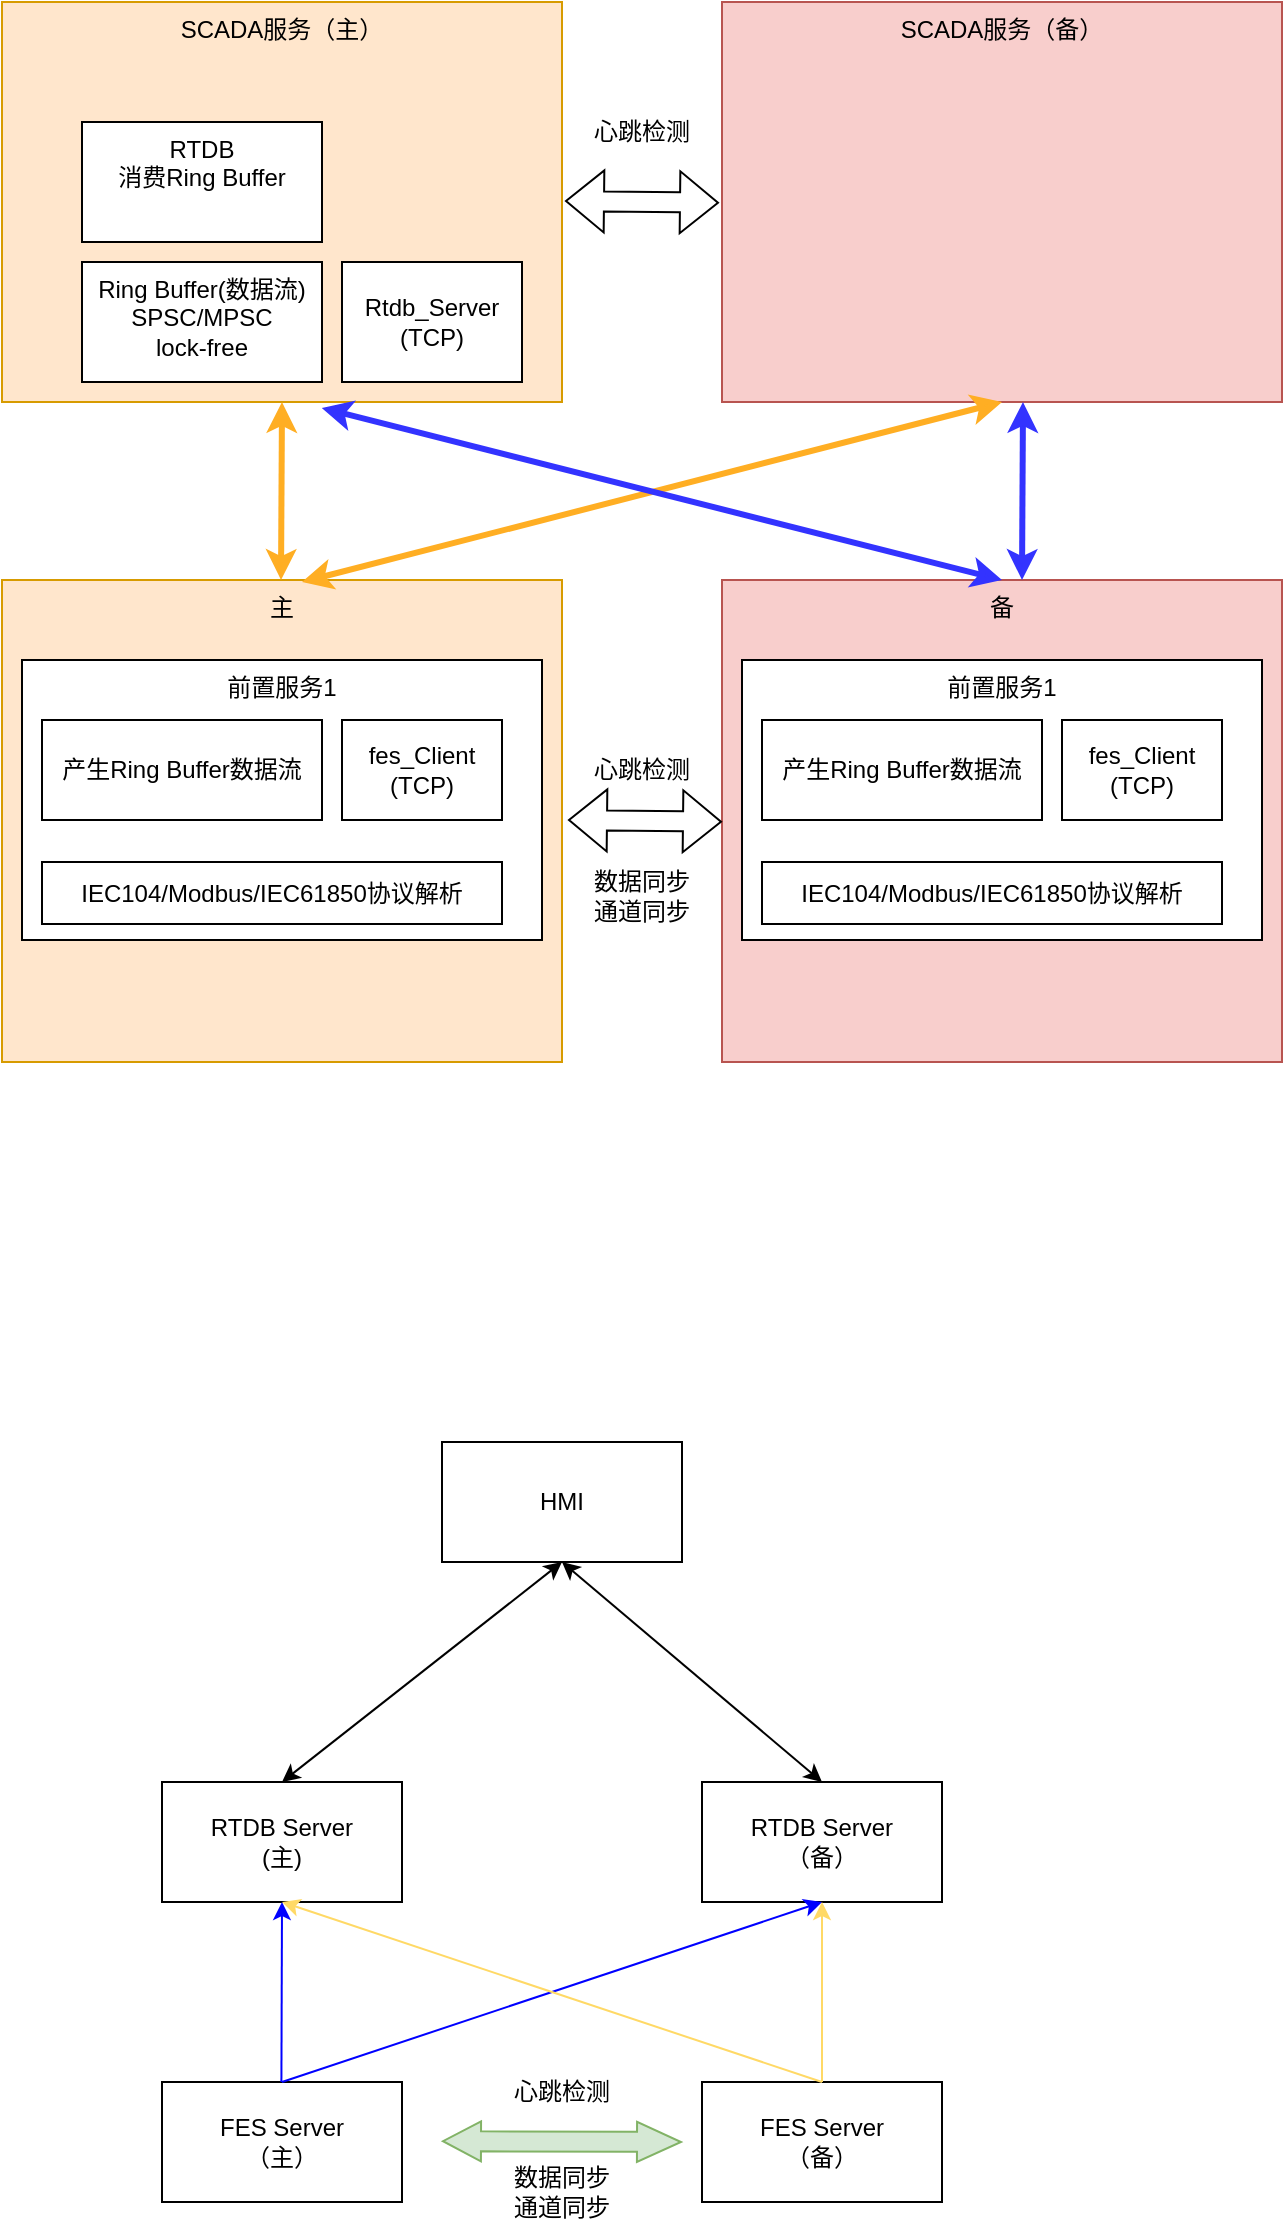
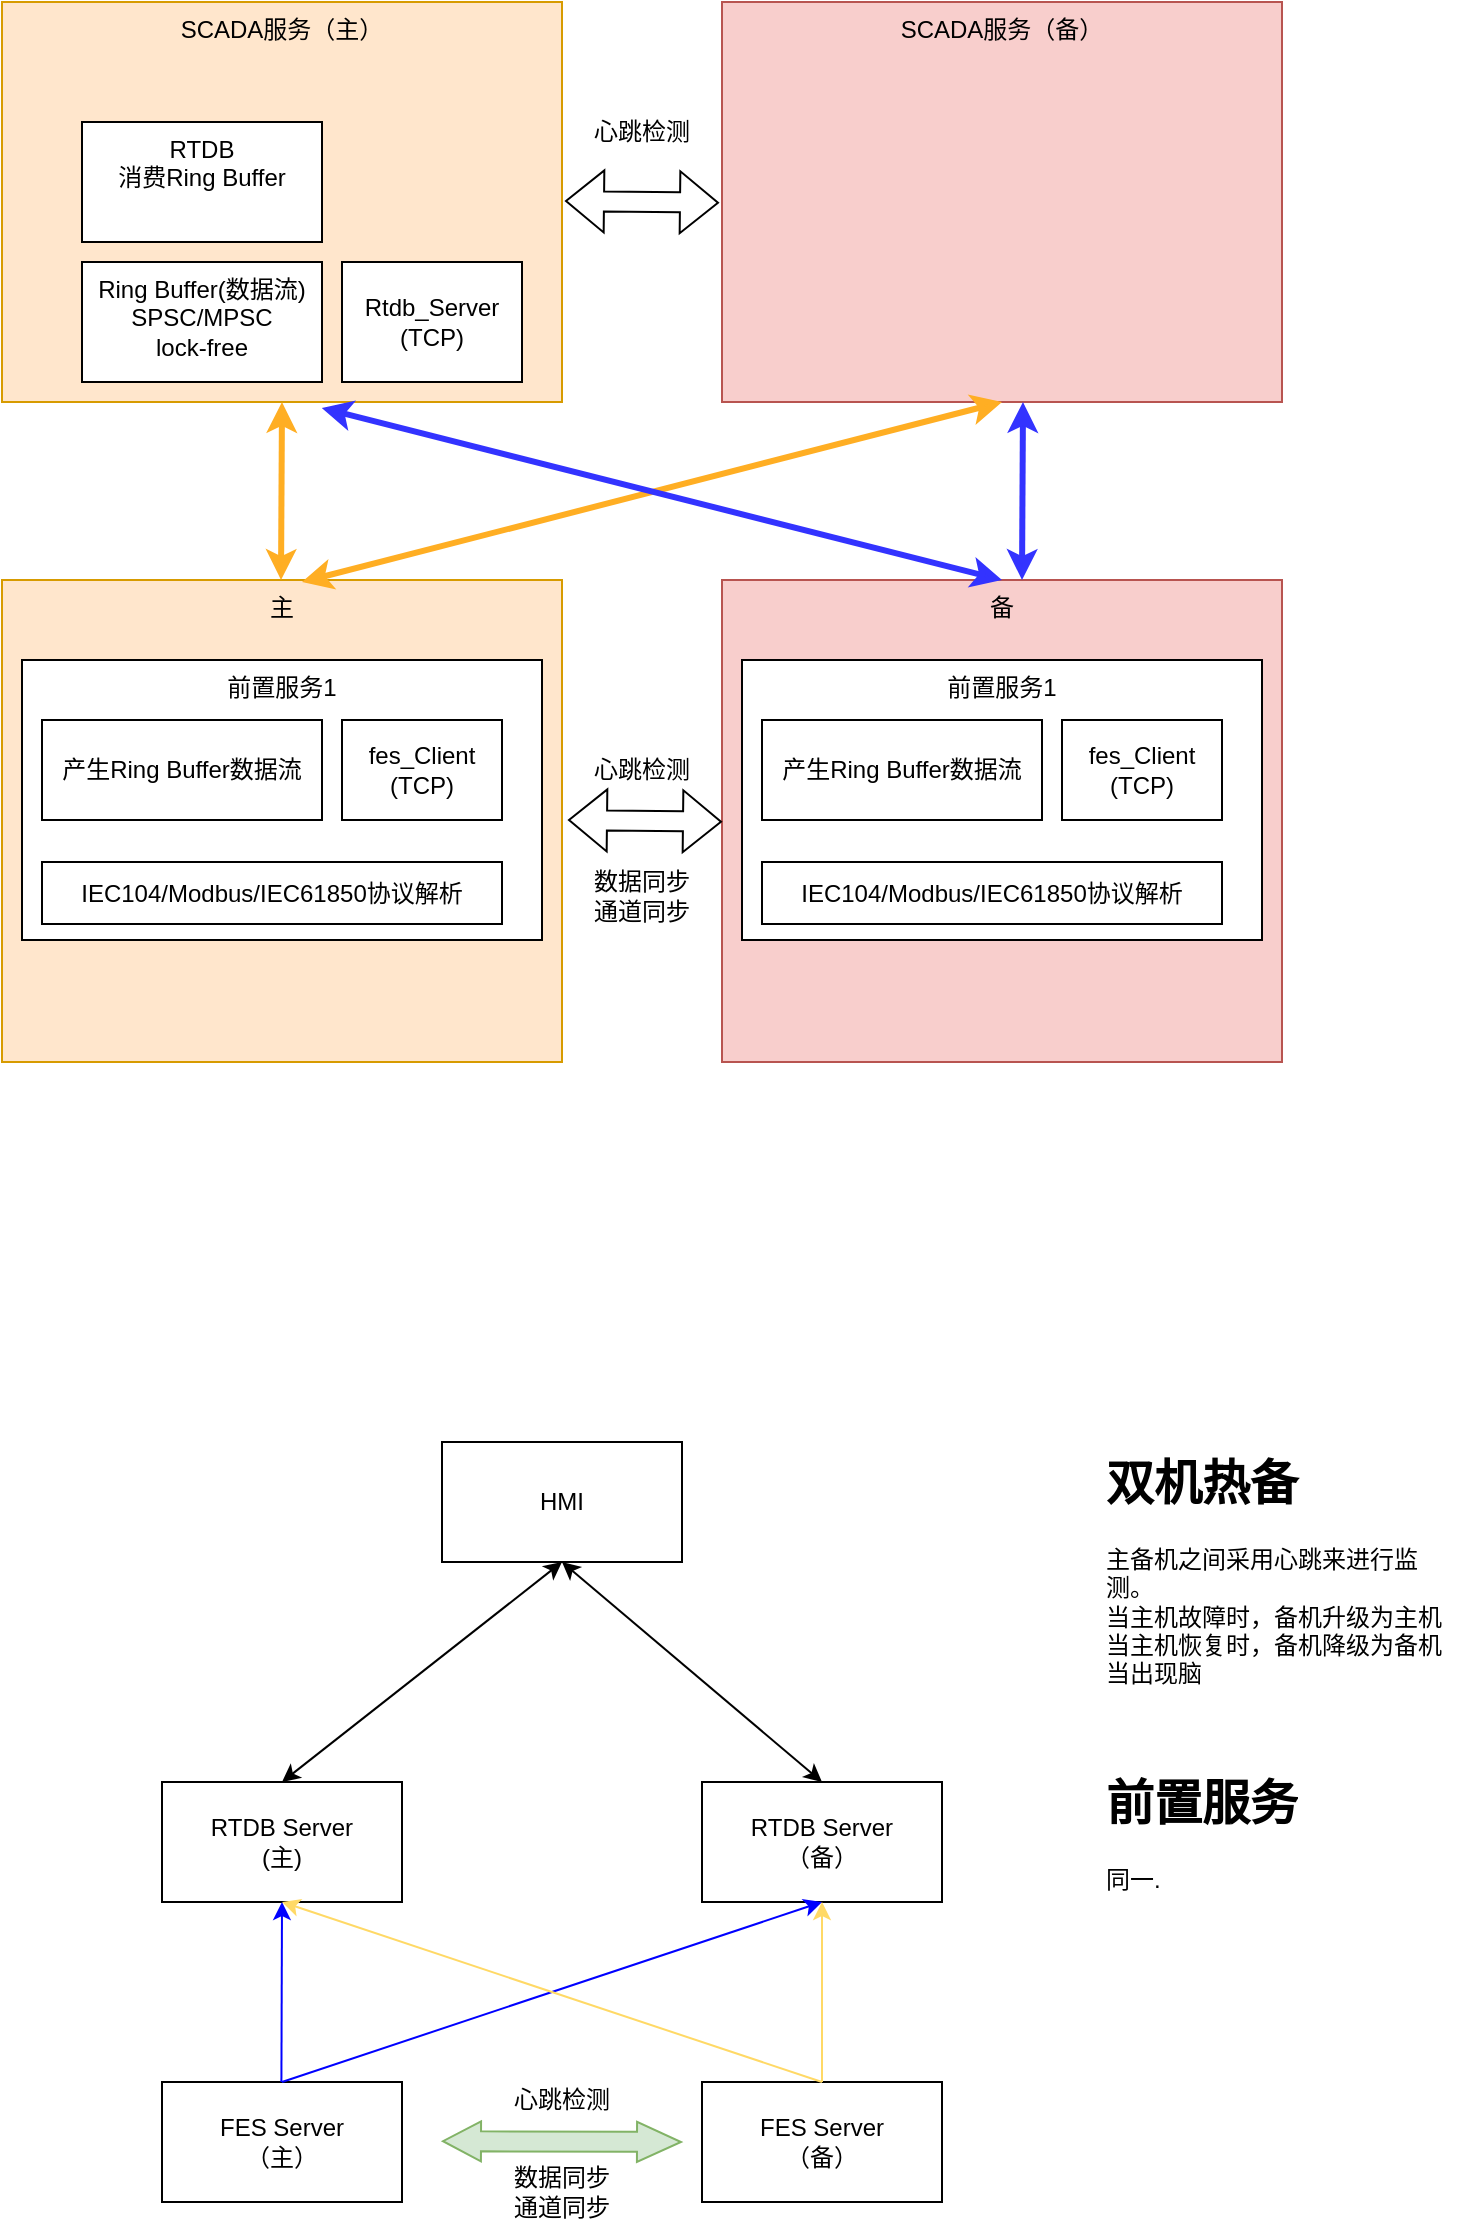
<mxfile host="app.diagrams.net">
  <diagram name="第 1 页" id="B8DYWfWQNEIOsyKvfK1-">
    <mxGraphModel dx="1230" dy="684" grid="1" gridSize="10" guides="1" tooltips="1" connect="1" arrows="1" fold="1" page="1" pageScale="1" pageWidth="827" pageHeight="1169" math="0" shadow="0">
      <root>
        <mxCell id="0" />
        <mxCell id="1" parent="0" />
        <mxCell id="kAXPQYTb_9ZiN3N-kw4B-1" parent="1" style="rounded=0;whiteSpace=wrap;html=1;verticalAlign=top;fillColor=#ffe6cc;strokeColor=#d79b00;" value="SCADA服务（主）" vertex="1">
          <mxGeometry height="200" width="280" x="50" y="200" as="geometry" />
        </mxCell>
        <mxCell id="kAXPQYTb_9ZiN3N-kw4B-2" parent="1" style="rounded=0;whiteSpace=wrap;html=1;verticalAlign=top;fillColor=#ffe6cc;strokeColor=#d79b00;" value="主" vertex="1">
          <mxGeometry height="241" width="280" x="50" y="489" as="geometry" />
        </mxCell>
        <mxCell id="kAXPQYTb_9ZiN3N-kw4B-4" parent="1" style="rounded=0;whiteSpace=wrap;html=1;verticalAlign=top;fillColor=#f8cecc;strokeColor=#b85450;" value="SCADA服务（备）" vertex="1">
          <mxGeometry height="200" width="280" x="410" y="200" as="geometry" />
        </mxCell>
        <mxCell id="kAXPQYTb_9ZiN3N-kw4B-5" parent="1" style="rounded=0;whiteSpace=wrap;html=1;verticalAlign=top;align=center;" value="前置服务1" vertex="1">
          <mxGeometry height="140" width="260" x="60" y="529" as="geometry" />
        </mxCell>
        <mxCell id="kAXPQYTb_9ZiN3N-kw4B-9" parent="1" style="rounded=0;whiteSpace=wrap;html=1;verticalAlign=top;" value="Ring Buffer(数据流)&lt;div&gt;SPSC/MPSC&lt;/div&gt;&lt;div&gt;lock-free&lt;/div&gt;" vertex="1">
          <mxGeometry height="60" width="120" x="90" y="330" as="geometry" />
        </mxCell>
        <mxCell id="kAXPQYTb_9ZiN3N-kw4B-10" parent="1" style="rounded=0;whiteSpace=wrap;html=1;verticalAlign=top;" value="RTDB&lt;div&gt;消费Ring Buffer&lt;/div&gt;" vertex="1">
          <mxGeometry height="60" width="120" x="90" y="260" as="geometry" />
        </mxCell>
        <mxCell id="kAXPQYTb_9ZiN3N-kw4B-11" parent="1" style="rounded=0;whiteSpace=wrap;html=1;" value="产生Ring Buffer数据流" vertex="1">
          <mxGeometry height="50" width="140" x="70" y="559" as="geometry" />
        </mxCell>
        <mxCell id="kAXPQYTb_9ZiN3N-kw4B-12" edge="1" parent="1" style="endArrow=classic;startArrow=classic;html=1;rounded=0;entryX=0.5;entryY=1;entryDx=0;entryDy=0;strokeColor=#FFAE23;strokeWidth=3;" target="kAXPQYTb_9ZiN3N-kw4B-1" value="">
          <mxGeometry height="50" relative="1" width="50" as="geometry">
            <mxPoint x="189.5" y="489" as="sourcePoint" />
            <mxPoint x="189.5" y="423" as="targetPoint" />
          </mxGeometry>
        </mxCell>
        <mxCell id="kAXPQYTb_9ZiN3N-kw4B-13" parent="1" style="rounded=0;whiteSpace=wrap;html=1;" value="fes_Client&lt;div&gt;(TCP)&lt;/div&gt;" vertex="1">
          <mxGeometry height="50" width="80" x="220" y="559" as="geometry" />
        </mxCell>
        <mxCell id="kAXPQYTb_9ZiN3N-kw4B-15" parent="1" style="rounded=0;whiteSpace=wrap;html=1;" value="Rtdb_Server&lt;div&gt;(TCP)&lt;/div&gt;" vertex="1">
          <mxGeometry height="60" width="90" x="220" y="330" as="geometry" />
        </mxCell>
        <mxCell id="kAXPQYTb_9ZiN3N-kw4B-16" edge="1" parent="1" style="endArrow=classic;startArrow=classic;html=1;rounded=0;entryX=0.5;entryY=1;entryDx=0;entryDy=0;strokeColor=#FFAE23;strokeWidth=3;" target="kAXPQYTb_9ZiN3N-kw4B-4" value="">
          <mxGeometry height="50" relative="1" width="50" as="geometry">
            <mxPoint x="200" y="490" as="sourcePoint" />
            <mxPoint x="219" y="423" as="targetPoint" />
          </mxGeometry>
        </mxCell>
        <mxCell id="kAXPQYTb_9ZiN3N-kw4B-17" parent="1" style="rounded=0;whiteSpace=wrap;html=1;verticalAlign=top;fillColor=#f8cecc;strokeColor=#b85450;" value="备" vertex="1">
          <mxGeometry height="241" width="280" x="410" y="489" as="geometry" />
        </mxCell>
        <mxCell id="kAXPQYTb_9ZiN3N-kw4B-18" parent="1" style="rounded=0;whiteSpace=wrap;html=1;verticalAlign=top;align=center;" value="前置服务1" vertex="1">
          <mxGeometry height="140" width="260" x="420" y="529" as="geometry" />
        </mxCell>
        <mxCell id="kAXPQYTb_9ZiN3N-kw4B-20" parent="1" style="rounded=0;whiteSpace=wrap;html=1;" value="产生Ring Buffer数据流" vertex="1">
          <mxGeometry height="50" width="140" x="430" y="559" as="geometry" />
        </mxCell>
        <mxCell id="kAXPQYTb_9ZiN3N-kw4B-21" parent="1" style="rounded=0;whiteSpace=wrap;html=1;" value="fes_Client&lt;div&gt;(TCP)&lt;/div&gt;" vertex="1">
          <mxGeometry height="50" width="80" x="580" y="559" as="geometry" />
        </mxCell>
        <mxCell id="kAXPQYTb_9ZiN3N-kw4B-22" edge="1" parent="1" style="endArrow=classic;startArrow=classic;html=1;rounded=0;entryX=0.5;entryY=1;entryDx=0;entryDy=0;strokeColor=#3333FF;strokeWidth=3;" value="">
          <mxGeometry height="50" relative="1" width="50" as="geometry">
            <mxPoint x="560" y="489" as="sourcePoint" />
            <mxPoint x="560.5" y="400" as="targetPoint" />
          </mxGeometry>
        </mxCell>
        <mxCell id="kAXPQYTb_9ZiN3N-kw4B-23" edge="1" parent="1" source="kAXPQYTb_9ZiN3N-kw4B-17" style="endArrow=classic;startArrow=classic;html=1;rounded=0;entryX=0.571;entryY=1.015;entryDx=0;entryDy=0;entryPerimeter=0;strokeWidth=3;strokeColor=#3333FF;exitX=0.5;exitY=0;exitDx=0;exitDy=0;" target="kAXPQYTb_9ZiN3N-kw4B-1" value="">
          <mxGeometry height="50" relative="1" width="50" as="geometry">
            <mxPoint x="550" y="480" as="sourcePoint" />
            <mxPoint x="590" y="439" as="targetPoint" />
          </mxGeometry>
        </mxCell>
        <mxCell id="kAXPQYTb_9ZiN3N-kw4B-25" edge="1" parent="1" style="shape=flexArrow;endArrow=classic;startArrow=classic;html=1;rounded=0;entryX=0.025;entryY=0.556;entryDx=0;entryDy=0;entryPerimeter=0;" value="">
          <mxGeometry height="100" relative="1" width="100" as="geometry">
            <mxPoint x="333" y="609" as="sourcePoint" />
            <mxPoint x="410" y="609.836" as="targetPoint" />
          </mxGeometry>
        </mxCell>
        <mxCell id="kAXPQYTb_9ZiN3N-kw4B-26" parent="1" style="text;html=1;whiteSpace=wrap;strokeColor=none;fillColor=none;align=center;verticalAlign=middle;rounded=0;" value="心跳检测" vertex="1">
          <mxGeometry height="30" width="60" x="340" y="569" as="geometry" />
        </mxCell>
        <mxCell id="kAXPQYTb_9ZiN3N-kw4B-31" parent="1" style="rounded=0;whiteSpace=wrap;html=1;" value="IEC104/Modbus/IEC61850协议解析" vertex="1">
          <mxGeometry height="31" width="230" x="70" y="630" as="geometry" />
        </mxCell>
        <mxCell id="kAXPQYTb_9ZiN3N-kw4B-32" parent="1" style="rounded=0;whiteSpace=wrap;html=1;" value="IEC104/Modbus/IEC61850协议解析" vertex="1">
          <mxGeometry height="31" width="230" x="430" y="630" as="geometry" />
        </mxCell>
        <mxCell id="kAXPQYTb_9ZiN3N-kw4B-33" edge="1" parent="1" style="shape=flexArrow;endArrow=classic;startArrow=classic;html=1;rounded=0;entryX=0.025;entryY=0.556;entryDx=0;entryDy=0;entryPerimeter=0;" value="">
          <mxGeometry height="100" relative="1" width="100" as="geometry">
            <mxPoint x="331.5" y="299.5" as="sourcePoint" />
            <mxPoint x="408.5" y="300.336" as="targetPoint" />
          </mxGeometry>
        </mxCell>
        <mxCell id="kAXPQYTb_9ZiN3N-kw4B-39" parent="1" style="text;html=1;whiteSpace=wrap;strokeColor=none;fillColor=none;align=center;verticalAlign=middle;rounded=0;" value="数据同步&lt;div&gt;通道同步&lt;/div&gt;" vertex="1">
          <mxGeometry height="30" width="60" x="340" y="632" as="geometry" />
        </mxCell>
        <mxCell id="3wZPl1CzNyx5cLSE645p-1" parent="1" style="text;html=1;whiteSpace=wrap;strokeColor=none;fillColor=none;align=center;verticalAlign=middle;rounded=0;" value="心跳检测" vertex="1">
          <mxGeometry height="30" width="60" x="340" y="250" as="geometry" />
        </mxCell>
        <mxCell id="3wZPl1CzNyx5cLSE645p-2" parent="1" style="rounded=0;whiteSpace=wrap;html=1;" value="HMI" vertex="1">
          <mxGeometry height="60" width="120" x="270" y="920" as="geometry" />
        </mxCell>
        <mxCell id="3wZPl1CzNyx5cLSE645p-3" parent="1" style="rounded=0;whiteSpace=wrap;html=1;" value="&lt;div&gt;RTDB Server&lt;/div&gt;(主)" vertex="1">
          <mxGeometry height="60" width="120" x="130" y="1090" as="geometry" />
        </mxCell>
        <mxCell id="3wZPl1CzNyx5cLSE645p-4" parent="1" style="rounded=0;whiteSpace=wrap;html=1;" value="&lt;div&gt;RTDB Server&lt;/div&gt;&lt;div&gt;（备）&lt;/div&gt;" vertex="1">
          <mxGeometry height="60" width="120" x="400" y="1090" as="geometry" />
        </mxCell>
        <mxCell id="3wZPl1CzNyx5cLSE645p-5" parent="1" style="rounded=0;whiteSpace=wrap;html=1;" value="&lt;div&gt;FES Server&lt;/div&gt;（主）" vertex="1">
          <mxGeometry height="60" width="120" x="130" y="1240" as="geometry" />
        </mxCell>
        <mxCell id="3wZPl1CzNyx5cLSE645p-6" parent="1" style="rounded=0;whiteSpace=wrap;html=1;" value="&lt;div&gt;FES Server&lt;/div&gt;&lt;div&gt;（备）&lt;/div&gt;" vertex="1">
          <mxGeometry height="60" width="120" x="400" y="1240" as="geometry" />
        </mxCell>
        <mxCell id="3wZPl1CzNyx5cLSE645p-7" edge="1" parent="1" style="shape=flexArrow;endArrow=classic;startArrow=classic;html=1;rounded=0;startWidth=9;startSize=6;endWidth=9;endSize=7;fillColor=#d5e8d4;strokeColor=#82b366;" value="">
          <mxGeometry height="100" relative="1" width="100" as="geometry">
            <mxPoint x="270" y="1269.57" as="sourcePoint" />
            <mxPoint x="390" y="1270" as="targetPoint" />
          </mxGeometry>
        </mxCell>
        <mxCell id="3wZPl1CzNyx5cLSE645p-8" parent="1" style="text;html=1;whiteSpace=wrap;strokeColor=none;fillColor=none;align=center;verticalAlign=middle;rounded=0;" value="心跳检测" vertex="1">
-           <mxGeometry height="30" width="60" x="300" y="1230" as="geometry" />
+           <mxGeometry height="30" width="60" x="300" y="1234" as="geometry" />
        </mxCell>
        <mxCell id="3wZPl1CzNyx5cLSE645p-9" parent="1" style="text;html=1;whiteSpace=wrap;strokeColor=none;fillColor=none;align=center;verticalAlign=middle;rounded=0;" value="数据同步&lt;div&gt;通道同步&lt;/div&gt;" vertex="1">
          <mxGeometry height="30" width="60" x="300" y="1280" as="geometry" />
        </mxCell>
        <mxCell id="3wZPl1CzNyx5cLSE645p-10" edge="1" parent="1" style="endArrow=classic;html=1;rounded=0;entryX=0.5;entryY=1;entryDx=0;entryDy=0;strokeColor=#0000FF;" target="3wZPl1CzNyx5cLSE645p-3" value="">
          <mxGeometry height="50" relative="1" width="50" as="geometry">
            <mxPoint x="189.7" y="1240" as="sourcePoint" />
            <mxPoint x="189.7" y="1180" as="targetPoint" />
          </mxGeometry>
        </mxCell>
        <mxCell id="3wZPl1CzNyx5cLSE645p-11" edge="1" parent="1" style="endArrow=classic;html=1;rounded=0;entryX=0.5;entryY=1;entryDx=0;entryDy=0;strokeColor=#0000FF;" target="3wZPl1CzNyx5cLSE645p-4" value="">
          <mxGeometry height="50" relative="1" width="50" as="geometry">
            <mxPoint x="190" y="1240" as="sourcePoint" />
            <mxPoint x="240" y="1190" as="targetPoint" />
          </mxGeometry>
        </mxCell>
        <mxCell id="3wZPl1CzNyx5cLSE645p-12" edge="1" parent="1" style="endArrow=classic;html=1;rounded=0;strokeColor=#FFD966;" value="">
          <mxGeometry height="50" relative="1" width="50" as="geometry">
            <mxPoint x="460" y="1240" as="sourcePoint" />
            <mxPoint x="460" y="1150" as="targetPoint" />
          </mxGeometry>
        </mxCell>
        <mxCell id="3wZPl1CzNyx5cLSE645p-13" edge="1" parent="1" source="3wZPl1CzNyx5cLSE645p-6" style="endArrow=classic;html=1;rounded=0;exitX=0.5;exitY=0;exitDx=0;exitDy=0;entryX=0.5;entryY=1;entryDx=0;entryDy=0;strokeColor=#FFD966;" target="3wZPl1CzNyx5cLSE645p-3" value="">
          <mxGeometry height="50" relative="1" width="50" as="geometry">
            <mxPoint x="360" y="1220" as="sourcePoint" />
            <mxPoint x="360" y="1130" as="targetPoint" />
          </mxGeometry>
        </mxCell>
        <mxCell id="3wZPl1CzNyx5cLSE645p-14" edge="1" parent="1" style="endArrow=classic;startArrow=classic;html=1;rounded=0;entryX=0.5;entryY=1;entryDx=0;entryDy=0;" target="3wZPl1CzNyx5cLSE645p-2" value="">
          <mxGeometry height="50" relative="1" width="50" as="geometry">
            <mxPoint x="190" y="1090" as="sourcePoint" />
            <mxPoint x="240" y="1040" as="targetPoint" />
          </mxGeometry>
        </mxCell>
        <mxCell id="3wZPl1CzNyx5cLSE645p-15" edge="1" parent="1" style="endArrow=classic;startArrow=classic;html=1;rounded=0;entryX=0.5;entryY=1;entryDx=0;entryDy=0;" target="3wZPl1CzNyx5cLSE645p-2" value="">
          <mxGeometry height="50" relative="1" width="50" as="geometry">
            <mxPoint x="460" y="1090" as="sourcePoint" />
            <mxPoint x="600" y="980" as="targetPoint" />
          </mxGeometry>
        </mxCell>
+         <mxCell id="3wZPl1CzNyx5cLSE645p-16" parent="1" style="text;html=1;whiteSpace=wrap;overflow=hidden;rounded=0;" value="&lt;h1 style=&quot;margin-top: 0px;&quot;&gt;前置服务&lt;/h1&gt;&lt;p&gt;同一.&lt;/p&gt;" vertex="1">
+           <mxGeometry height="120" width="180" x="600" y="1080" as="geometry" />
+         </mxCell>
+         <mxCell id="3wZPl1CzNyx5cLSE645p-17" parent="1" style="text;html=1;whiteSpace=wrap;overflow=hidden;rounded=0;" value="&lt;h1 style=&quot;margin-top: 0px;&quot;&gt;双机热备&lt;/h1&gt;&lt;div&gt;主备机之间采用心跳来进行监测。&lt;/div&gt;&lt;div&gt;当主机故障时，备机升级为主机&lt;/div&gt;&lt;div&gt;当主机恢复时，备机降级为备机&lt;/div&gt;&lt;div&gt;当出现脑&lt;/div&gt;" vertex="1">
+           <mxGeometry height="120" width="180" x="600" y="920" as="geometry" />
+         </mxCell>
      </root>
    </mxGraphModel>
  </diagram>
</mxfile>
